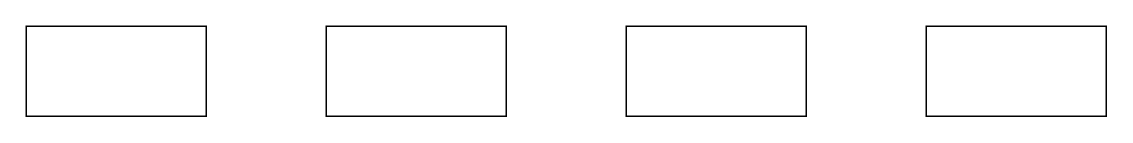
Above: page "BCA Value" (3 of 3) of BIP_Andrea_2026.drawio in AndreaB54/BCA_INTERNSHIP_NIS_B_2026 (draw.io), before the change. Source tidied: cells renumbered, new cells numbered last; positions are measured from the earlier drawing's top-left corner, leaving out a move shared by most shapes. Both pictures are drawn from the tidied source at 150%, with x=0, y=0 at pixel (26, 26).
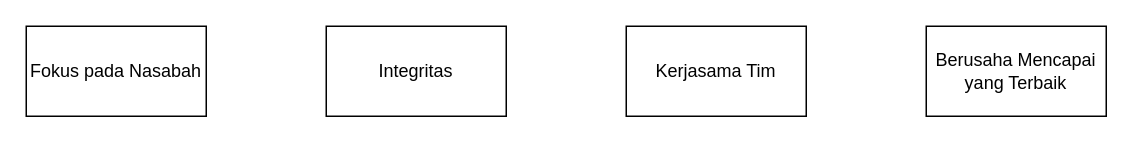
After the change.

Commit message:
4 Value BCA

The edit, as a diff of the source:
```diff
@@
 <mxGraphModel>
   <root>
     <mxCell id="0" />
     <mxCell id="1" parent="0" />
-    <mxCell id="2" style="rounded=0;whiteSpace=wrap;html=1;" parent="1" vertex="1">
+    <mxCell id="2" value="Fokus pada Nasabah" style="rounded=0;whiteSpace=wrap;html=1;" parent="1" vertex="1">
       <mxGeometry width="120" height="60" as="geometry" />
     </mxCell>
-    <mxCell id="3" style="rounded=0;whiteSpace=wrap;html=1;" parent="1" vertex="1">
+    <mxCell id="3" value="Integritas" style="rounded=0;whiteSpace=wrap;html=1;" parent="1" vertex="1">
       <mxGeometry x="200" width="120" height="60" as="geometry" />
     </mxCell>
-    <mxCell id="4" style="rounded=0;whiteSpace=wrap;html=1;" parent="1" vertex="1">
+    <mxCell id="4" value="Kerjasama Tim" style="rounded=0;whiteSpace=wrap;html=1;" parent="1" vertex="1">
       <mxGeometry x="400" width="120" height="60" as="geometry" />
     </mxCell>
-    <mxCell id="5" style="rounded=0;whiteSpace=wrap;html=1;" parent="1" vertex="1">
+    <mxCell id="5" value="Berusaha Mencapai yang Terbaik" style="rounded=0;whiteSpace=wrap;html=1;" parent="1" vertex="1">
       <mxGeometry x="600" width="120" height="60" as="geometry" />
     </mxCell>
   </root>
 </mxGraphModel>
```
